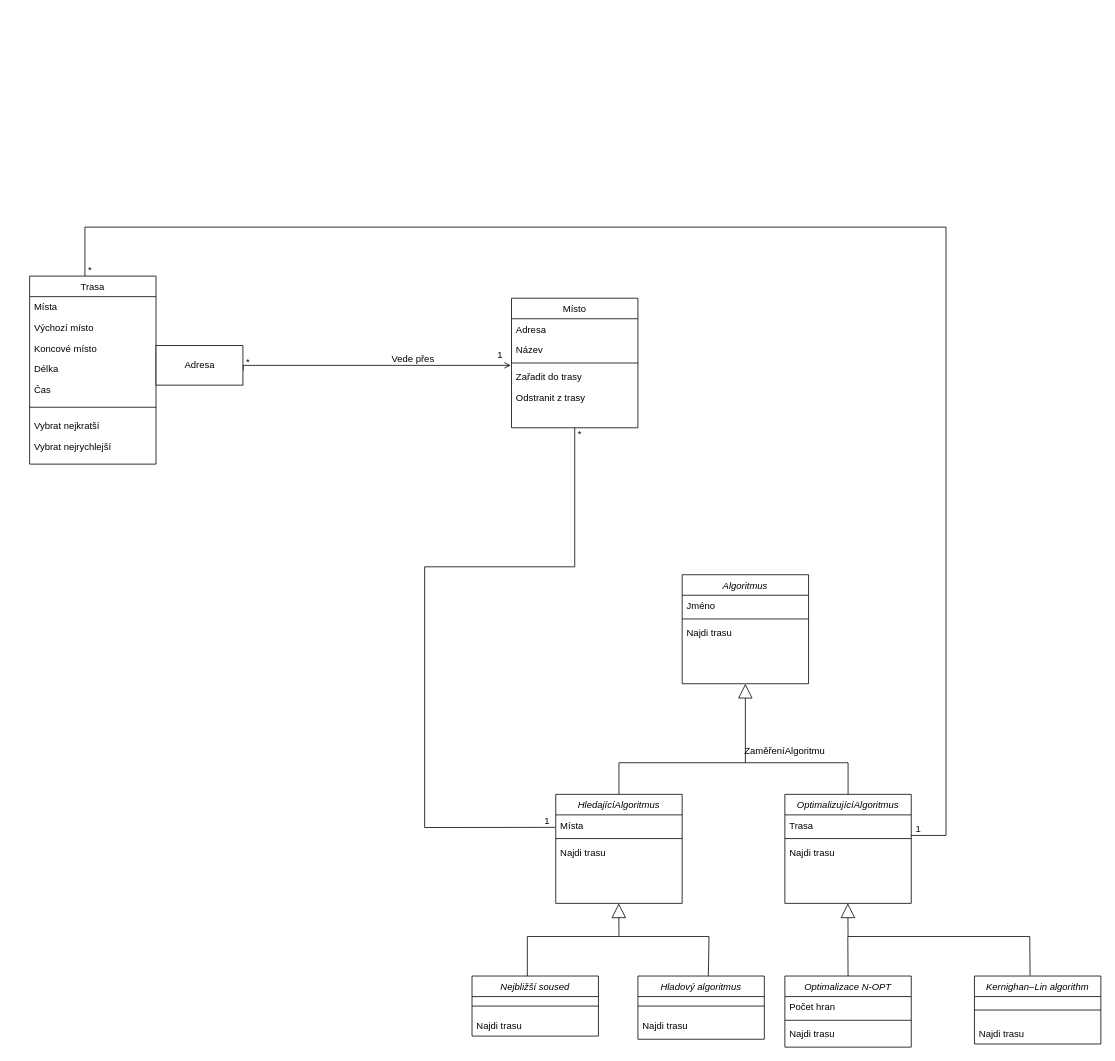
The draw.io diagram ClassDiagram.drawio in KristyFromEarth/UML, before the edit. Source tidied: cells renumbered, new cells numbered last; positions are measured from the earlier drawing's top-left corner, leaving out a move shared by most shapes. Both pictures are drawn from the tidied source at 79%, with x=0, y=0 at pixel (29, 227).
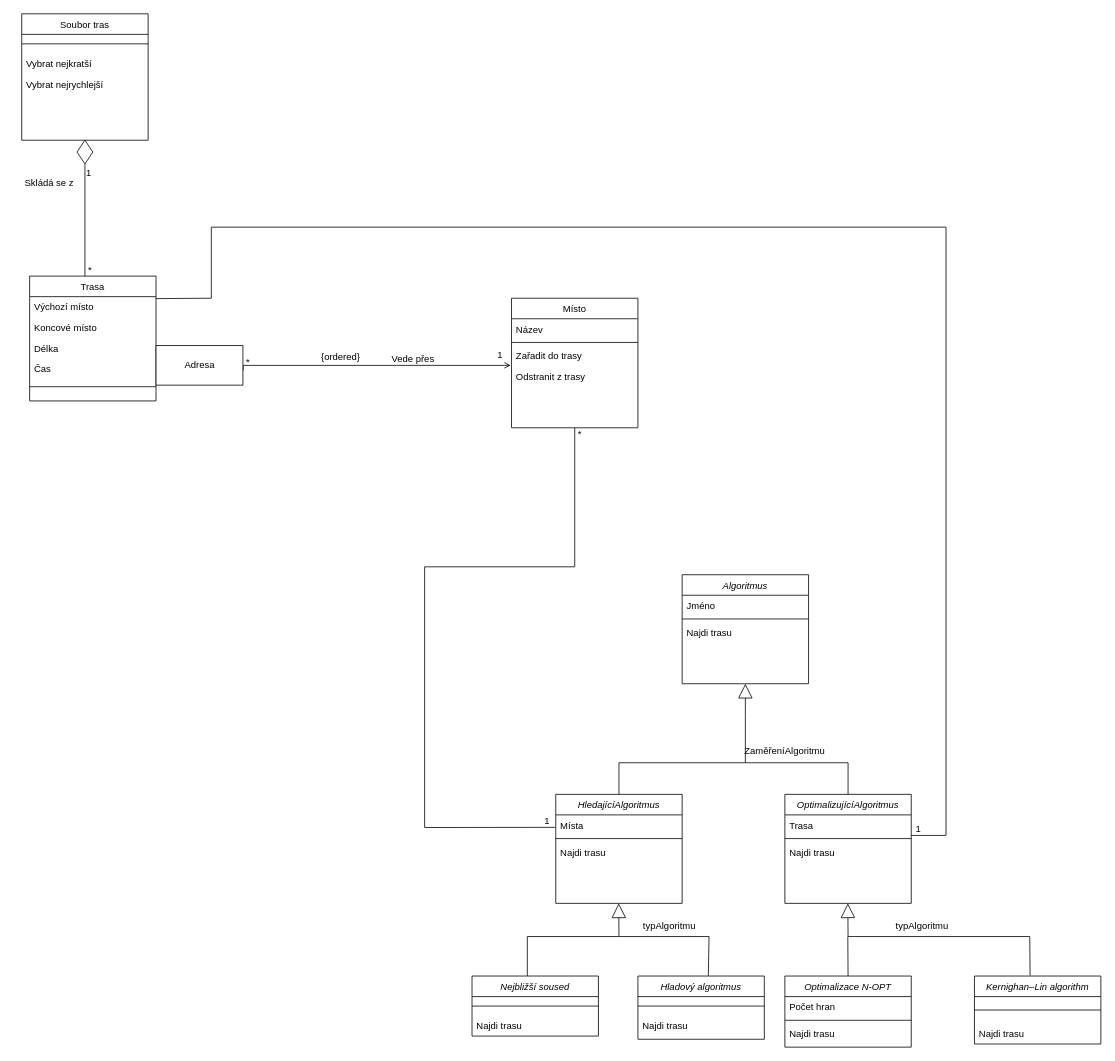
The same page after the edit.

Commit message:
12.11. oprava class diagram ClassDiagram.drawio

The change refers to these unchanged cells:
```xml
<mxCell id="6" value="Místo" style="swimlane;fontStyle=0;align=center;verticalAlign=top;horizontal=1;startSize=26;rounded=0;shadow=0;strokeWidth=1;" parent="1" vertex="1">
  <mxGeometry x="610" y="90" width="160" height="164" as="geometry" />
</mxCell>
```

Change to the diagram source:
```diff
@@
-    <mxCell id="7" value="Adresa" style="text;align=left;verticalAlign=top;spacingLeft=4;spacingRight=4;overflow=hidden;" parent="6" vertex="1">
-      <mxGeometry y="26" width="160" height="26" as="geometry" />
-    </mxCell>
     <mxCell id="8" value="Název" style="text;align=left;verticalAlign=top;spacingLeft=4;spacingRight=4;overflow=hidden;rounded=0;shadow=0;html=0;" parent="6" vertex="1">
-      <mxGeometry y="52" width="160" height="26" as="geometry" />
+      <mxGeometry y="26" width="160" height="26" as="geometry" />
     </mxCell>
     <mxCell id="9" style="line;html=1;strokeWidth=1;align=left;verticalAlign=middle;spacingTop=-1;spacingLeft=3;spacingRight=3;labelPosition=right;" parent="6" vertex="1">
-      <mxGeometry y="78" width="160" height="8" as="geometry" />
+      <mxGeometry y="52" width="160" height="8" as="geometry" />
     </mxCell>
     <mxCell id="10" value="Zařadit do trasy" style="text;align=left;verticalAlign=top;spacingLeft=4;spacingRight=4;overflow=hidden;" parent="6" vertex="1">
-      <mxGeometry y="86" width="160" height="26" as="geometry" />
+      <mxGeometry y="60" width="160" height="26" as="geometry" />
     </mxCell>
     <mxCell id="11" value="Odstranit z trasy" style="text;align=left;verticalAlign=top;spacingLeft=4;spacingRight=4;overflow=hidden;" parent="6" vertex="1">
-      <mxGeometry y="112" width="160" height="26" as="geometry" />
+      <mxGeometry y="86" width="160" height="26" as="geometry" />
     </mxCell>
@@
     <mxCell id="15" value="Trasa" style="swimlane;fontStyle=0;align=center;verticalAlign=top;horizontal=1;startSize=26;rounded=0;shadow=0;strokeWidth=1;" parent="1" vertex="1">
-      <mxGeometry y="62" width="160" height="238" as="geometry" />
+      <mxGeometry y="62" width="160" height="158" as="geometry" />
     </mxCell>
-    <mxCell id="16" value="Místa" style="text;align=left;verticalAlign=top;spacingLeft=4;spacingRight=4;overflow=hidden;" parent="15" vertex="1">
-      <mxGeometry y="26" width="160" height="26" as="geometry" />
-    </mxCell>
     <mxCell id="17" value="Výchozí místo" style="text;align=left;verticalAlign=top;spacingLeft=4;spacingRight=4;overflow=hidden;" parent="15" vertex="1">
-      <mxGeometry y="52" width="160" height="26" as="geometry" />
+      <mxGeometry y="26" width="160" height="26" as="geometry" />
     </mxCell>
     <mxCell id="18" value="Koncové místo" style="text;align=left;verticalAlign=top;spacingLeft=4;spacingRight=4;overflow=hidden;" parent="15" vertex="1">
-      <mxGeometry y="78" width="160" height="26" as="geometry" />
+      <mxGeometry y="52" width="160" height="26" as="geometry" />
     </mxCell>
     <mxCell id="19" value="Délka" style="text;align=left;verticalAlign=top;spacingLeft=4;spacingRight=4;overflow=hidden;" parent="15" vertex="1">
-      <mxGeometry y="104" width="160" height="26" as="geometry" />
+      <mxGeometry y="78" width="160" height="26" as="geometry" />
     </mxCell>
     <mxCell id="20" value="Čas" style="text;align=left;verticalAlign=top;spacingLeft=4;spacingRight=4;overflow=hidden;" parent="15" vertex="1">
-      <mxGeometry y="130" width="160" height="26" as="geometry" />
+      <mxGeometry y="104" width="160" height="26" as="geometry" />
     </mxCell>
     <mxCell id="21" style="line;html=1;strokeWidth=1;align=left;verticalAlign=middle;spacingTop=-1;spacingLeft=3;spacingRight=3;labelPosition=right;" parent="15" vertex="1">
-      <mxGeometry y="156" width="160" height="20" as="geometry" />
+      <mxGeometry y="130" width="160" height="20" as="geometry" />
     </mxCell>
-    <mxCell id="22" value="Vybrat nejkratší" style="text;align=left;verticalAlign=top;spacingLeft=4;spacingRight=4;overflow=hidden;" parent="15" vertex="1">
-      <mxGeometry y="176" width="160" height="26" as="geometry" />
-    </mxCell>
-    <mxCell id="23" value="Vybrat nejrychlejší" style="text;align=left;verticalAlign=top;spacingLeft=4;spacingRight=4;overflow=hidden;" parent="15" vertex="1">
-      <mxGeometry y="202" width="160" height="26" as="geometry" />
-    </mxCell>
@@
     <mxCell id="67" style="endArrow=none;html=1;rounded=0;" parent="1" edge="1">
       <mxGeometry relative="1" as="geometry">
         <mxPoint x="70" y="62" as="sourcePoint" />
-        <mxPoint x="70" as="targetPoint" />
+        <mxPoint x="70" y="-80" as="targetPoint" />
       </mxGeometry>
     </mxCell>
     <mxCell id="68" style="endArrow=none;html=1;rounded=0;" parent="1" edge="1">
       <mxGeometry relative="1" as="geometry">
-        <mxPoint x="70" as="sourcePoint" />
+        <mxPoint x="230" as="sourcePoint" />
         <mxPoint x="1160" as="targetPoint" />
       </mxGeometry>
     </mxCell>
@@
+    <mxCell id="73" value="Soubor tras" style="swimlane;fontStyle=0;align=center;verticalAlign=top;horizontal=1;startSize=26;rounded=0;shadow=0;strokeWidth=1;" parent="1" vertex="1">
+      <mxGeometry x="-10" y="-270" width="160" height="160" as="geometry" />
+    </mxCell>
+    <mxCell id="74" style="line;html=1;strokeWidth=1;align=left;verticalAlign=middle;spacingTop=-1;spacingLeft=3;spacingRight=3;labelPosition=right;" parent="73" vertex="1">
+      <mxGeometry y="26" width="160" height="24" as="geometry" />
+    </mxCell>
+    <mxCell id="22" value="Vybrat nejkratší" style="text;align=left;verticalAlign=top;spacingLeft=4;spacingRight=4;overflow=hidden;" parent="73" vertex="1">
+      <mxGeometry y="50" width="160" height="26" as="geometry" />
+    </mxCell>
+    <mxCell id="23" value="Vybrat nejrychlejší" style="text;align=left;verticalAlign=top;spacingLeft=4;spacingRight=4;overflow=hidden;" parent="73" vertex="1">
+      <mxGeometry y="76" width="160" height="26" as="geometry" />
+    </mxCell>
+    <mxCell id="75" style="endArrow=none;html=1;rounded=0;" parent="1" edge="1">
+      <mxGeometry relative="1" as="geometry">
+        <mxPoint x="230" y="90" as="sourcePoint" />
+        <mxPoint x="230" as="targetPoint" />
+      </mxGeometry>
+    </mxCell>
+    <mxCell id="76" style="endArrow=none;html=1;rounded=0;exitX=0.998;exitY=0.095;exitDx=0;exitDy=0;exitPerimeter=0;" parent="1" edge="1">
+      <mxGeometry relative="1" as="geometry">
+        <mxPoint x="159.7" y="90.5" as="sourcePoint" />
+        <mxPoint x="230" y="90" as="targetPoint" />
+      </mxGeometry>
+    </mxCell>
+    <mxCell id="77" value="1" style="align=left;verticalAlign=bottom;labelBackgroundColor=none;fontSize=12;" parent="1" vertex="1">
+      <mxGeometry x="70" y="-60" as="geometry" />
+    </mxCell>
+    <mxCell id="78" value="{ordered}" style="text;html=1;strokeColor=none;fillColor=none;align=center;verticalAlign=middle;whiteSpace=wrap;rounded=0;" parent="1" vertex="1">
+      <mxGeometry x="364" y="150" width="60" height="30" as="geometry" />
+    </mxCell>
+    <mxCell id="79" value="Skládá se z" style="text;html=1;strokeColor=none;fillColor=none;align=center;verticalAlign=middle;whiteSpace=wrap;rounded=0;" parent="1" vertex="1">
+      <mxGeometry x="-20" y="-70" width="90" height="30" as="geometry" />
+    </mxCell>
+    <mxCell id="80" style="rhombus;whiteSpace=wrap;html=1;" parent="1" vertex="1">
+      <mxGeometry x="60" y="-110" width="20" height="30" as="geometry" />
+    </mxCell>
+    <mxCell id="81" value="typAlgoritmu" style="text;html=1;strokeColor=none;fillColor=none;align=center;verticalAlign=middle;whiteSpace=wrap;rounded=0;" parent="1" vertex="1">
+      <mxGeometry x="780" y="870" width="60" height="30" as="geometry" />
+    </mxCell>
+    <mxCell id="82" value="typAlgoritmu" style="text;html=1;strokeColor=none;fillColor=none;align=center;verticalAlign=middle;whiteSpace=wrap;rounded=0;" parent="1" vertex="1">
+      <mxGeometry x="1100" y="870" width="60" height="30" as="geometry" />
+    </mxCell>
```
